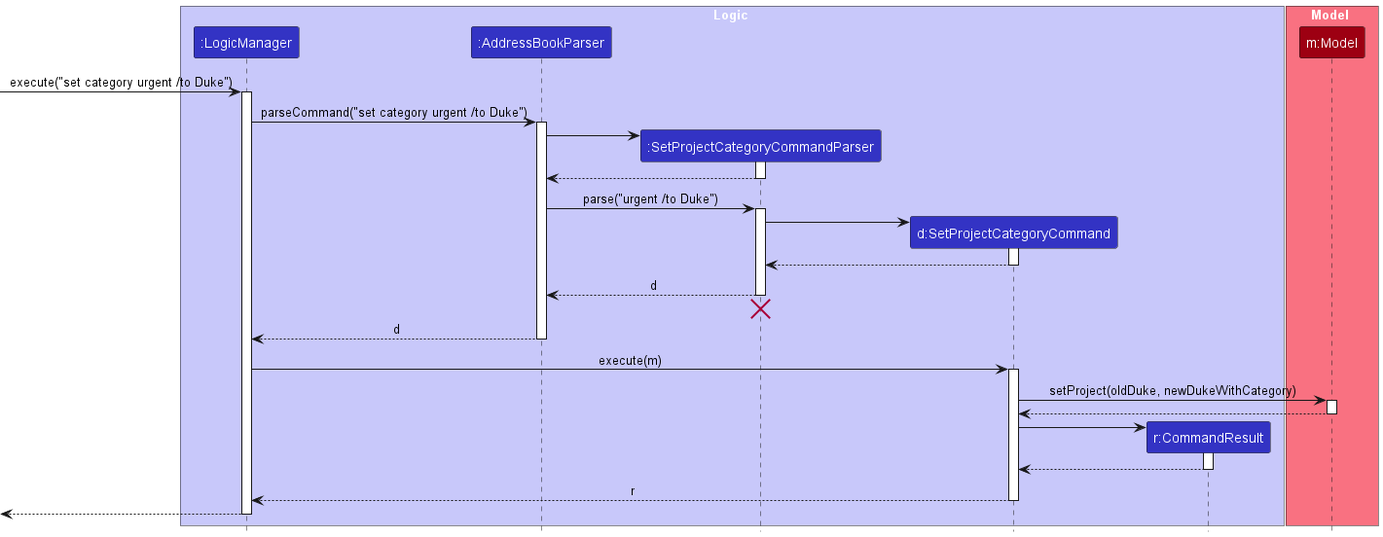
The PlantUML diagram docs/images/SetProjectCategorySequenceDiagram.png in AY2324S2-CS2103T-W08-4/tp, before a commit.
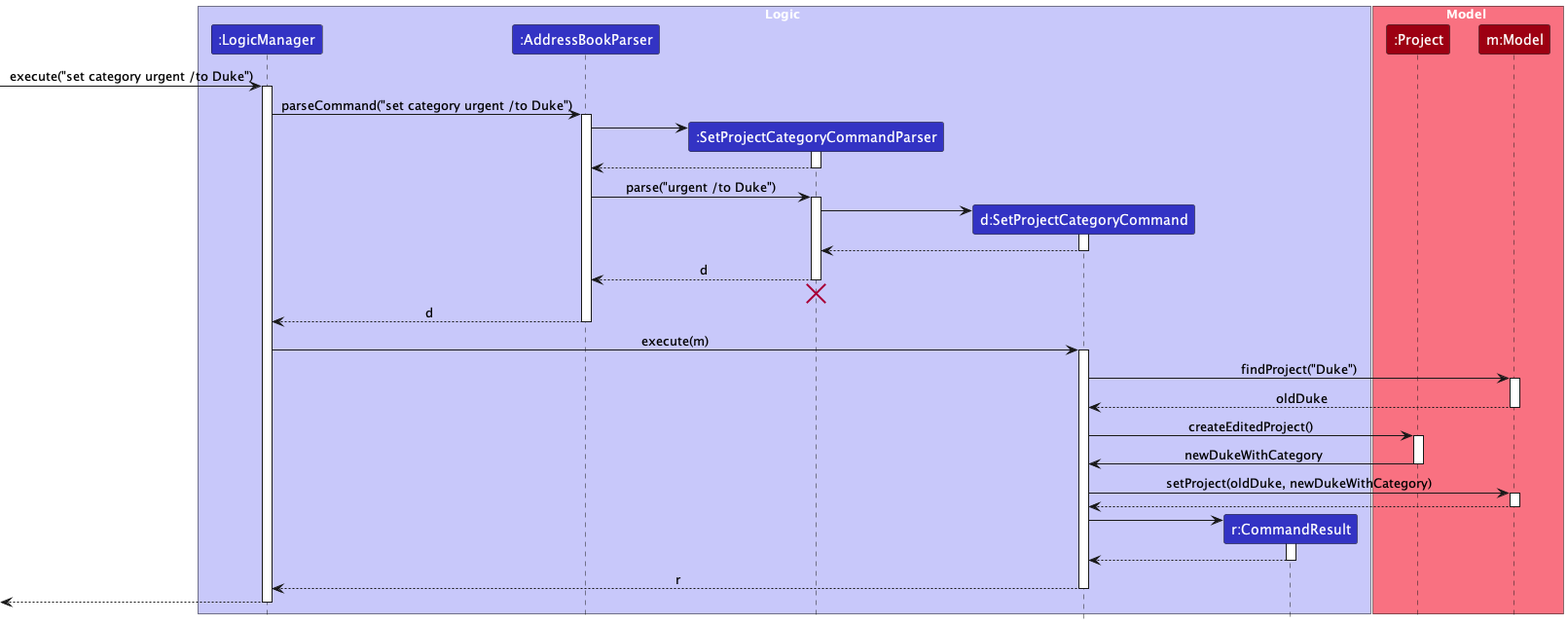
After the commit.

Change to the diagram source:
```diff
@@ -11,6 +11,7 @@
 end box
 
 box Model MODEL_COLOR_T1
+participant ":Project" as Project MODEL_COLOR
 participant "m:Model" as Model MODEL_COLOR
 end box
 
@@ -48,6 +49,18 @@
 LogicManager -> SetProjectCategoryCommand : execute(m)
 activate SetProjectCategoryCommand
 
+SetProjectCategoryCommand -> Model : findProject("Duke")
+activate Model
+
+Model --> SetProjectCategoryCommand : oldDuke
+deactivate Model
+
+SetProjectCategoryCommand -> Project : createEditedProject()
+activate Project
+
+Project -> SetProjectCategoryCommand : newDukeWithCategory
+deactivate Project
+
 SetProjectCategoryCommand -> Model : setProject(oldDuke, newDukeWithCategory)
 activate Model
 
```
